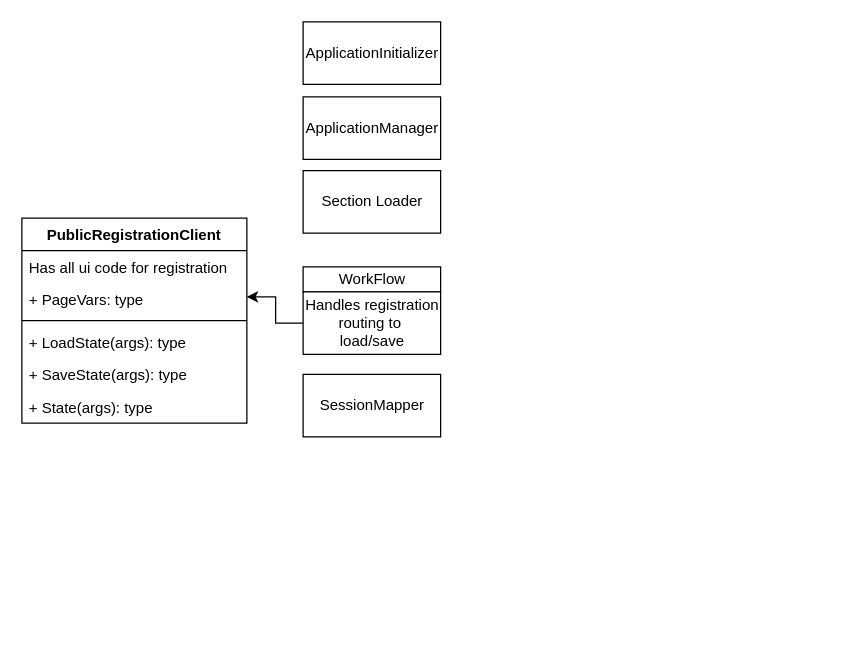
Before: PublicRegistrationClassDiagram.drawio in shelbyharris/Registration, a draw.io diagram. Source tidied: cells renumbered, new cells numbered last; positions are measured from the earlier drawing's top-left corner, leaving out a move shared by most shapes. Both pictures are drawn from the tidied source at 125%, with x=0, y=0 at pixel (21, 21).
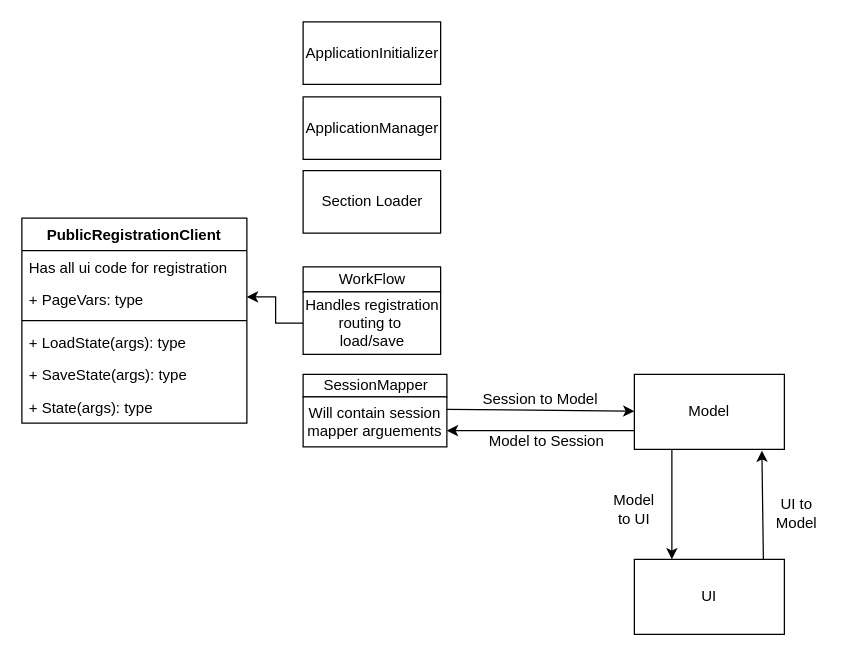
After the change.

The edit, as a diff of the source:
```diff
@@
     <mxCell id="9" value="SessionMapper" style="html=1;" parent="1" vertex="1">
-      <mxGeometry x="225" y="282" width="110" height="50" as="geometry" />
+      <mxGeometry x="225" y="282" width="115" height="18" as="geometry" />
     </mxCell>
@@
+    <mxCell id="16" value="Will contain session mapper arguements" style="rounded=0;whiteSpace=wrap;html=1;" parent="1" vertex="1">
+      <mxGeometry x="225" y="300" width="115" height="40" as="geometry" />
+    </mxCell>
+    <mxCell id="17" value="Model" style="rounded=0;whiteSpace=wrap;html=1;" parent="1" vertex="1">
+      <mxGeometry x="490" y="282" width="120" height="60" as="geometry" />
+    </mxCell>
+    <mxCell id="18" value="UI" style="rounded=0;whiteSpace=wrap;html=1;" parent="1" vertex="1">
+      <mxGeometry x="490" y="430" width="120" height="60" as="geometry" />
+    </mxCell>
+    <mxCell id="19" style="endArrow=classic;html=1;exitX=1;exitY=0.25;exitDx=0;exitDy=0;" parent="1" edge="1" source="16" target="17">
+      <mxGeometry relative="1" as="geometry" />
+    </mxCell>
+    <mxCell id="20" value="Session to Model" style="text;html=1;strokeColor=none;fillColor=none;align=center;verticalAlign=middle;whiteSpace=wrap;rounded=0;" parent="1" vertex="1">
+      <mxGeometry x="360" y="292" width="110" height="20" as="geometry" />
+    </mxCell>
+    <mxCell id="21" style="endArrow=classic;html=1;exitX=0;exitY=0.75;exitDx=0;exitDy=0;" parent="1" edge="1" source="17">
+      <mxGeometry relative="1" as="geometry">
+        <mxPoint x="340" y="327" as="targetPoint" />
+      </mxGeometry>
+    </mxCell>
+    <mxCell id="22" value="Model to Session" style="text;html=1;strokeColor=none;fillColor=none;align=center;verticalAlign=middle;whiteSpace=wrap;rounded=0;" parent="1" vertex="1">
+      <mxGeometry x="365" y="326" width="110" height="20" as="geometry" />
+    </mxCell>
+    <mxCell id="23" style="endArrow=classic;html=1;exitX=0.25;exitY=1;exitDx=0;exitDy=0;entryX=0.25;entryY=0;entryDx=0;entryDy=0;" parent="1" edge="1" source="17" target="18">
+      <mxGeometry relative="1" as="geometry" />
+    </mxCell>
+    <mxCell id="24" style="endArrow=classic;html=1;exitX=0.86;exitY=-0.003;exitDx=0;exitDy=0;exitPerimeter=0;entryX=0.85;entryY=1.017;entryDx=0;entryDy=0;entryPerimeter=0;" parent="1" edge="1" source="18" target="17">
+      <mxGeometry relative="1" as="geometry" />
+    </mxCell>
+    <mxCell id="25" value="Model to UI" style="text;html=1;strokeColor=none;fillColor=none;align=center;verticalAlign=middle;whiteSpace=wrap;rounded=0;" parent="1" vertex="1">
+      <mxGeometry x="470" y="370" width="40" height="40" as="geometry" />
+    </mxCell>
+    <mxCell id="26" value="UI to Model" style="text;html=1;strokeColor=none;fillColor=none;align=center;verticalAlign=middle;whiteSpace=wrap;rounded=0;" parent="1" vertex="1">
+      <mxGeometry x="600" y="376" width="40" height="34" as="geometry" />
+    </mxCell>
```
